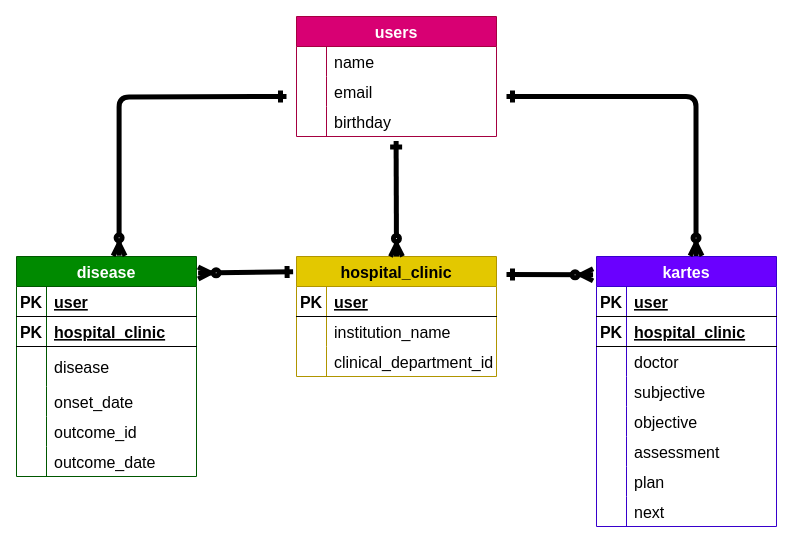
Earlier version of the draw.io diagram page "ER図" (1 of 2) of draw.dio (HoshimuraYu-ki/MyKarte). Source tidied: cells renumbered, new cells numbered last; positions are measured from the earlier drawing's top-left corner, leaving out a move shared by most shapes. Both pictures are drawn from the tidied source at 100%, with x=0, y=0 at pixel (16, 16).
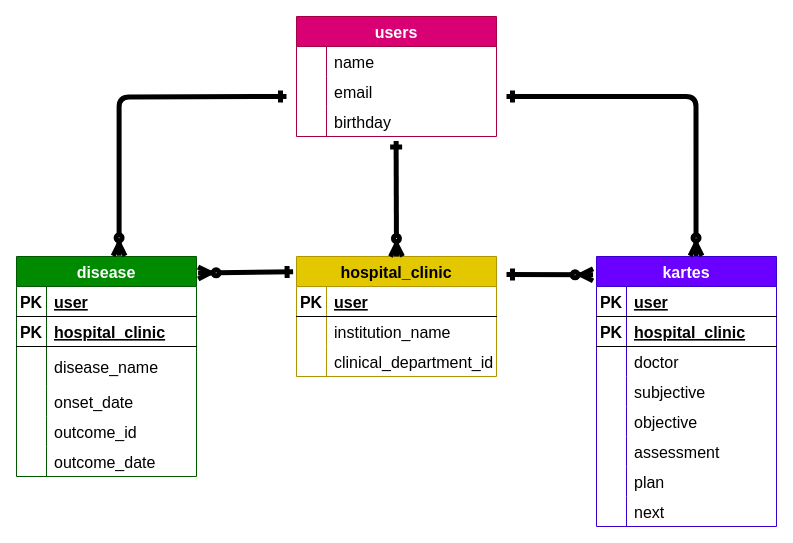
Above is the later version.

Unchanged cells that the change refers to:
```xml
<mxCell id="54" style="shape=partialRectangle;fillColor=none;top=0;left=0;bottom=0;right=0;fontSize=16;" parent="47" vertex="1">
  <mxGeometry y="90" width="180" height="40" as="geometry" />
</mxCell>
```

What changed in the source:
```diff
@@
-    <mxCell id="56" value="disease " style="shape=partialRectangle;fillColor=none;top=0;left=0;bottom=0;right=0;align=left;spacingLeft=6;overflow=hidden;fontSize=16;" parent="54" vertex="1">
+    <mxCell id="56" value="disease_name" style="shape=partialRectangle;fillColor=none;top=0;left=0;bottom=0;right=0;align=left;spacingLeft=6;overflow=hidden;fontSize=16;" parent="54" vertex="1">
       <mxGeometry x="30" width="150" height="40" as="geometry" />
     </mxCell>
```
